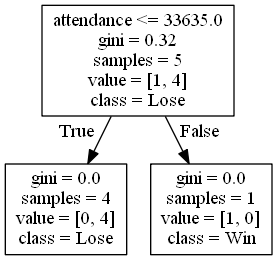
Above: DecisionTrees/Mountain Westdecision_tree_with_score0.png in alexana-steck/CSE482Project (Graphviz), before the change. Its source is kept beside it as DecisionTrees/Mountain Westdecision_tree_with_score0.dot.
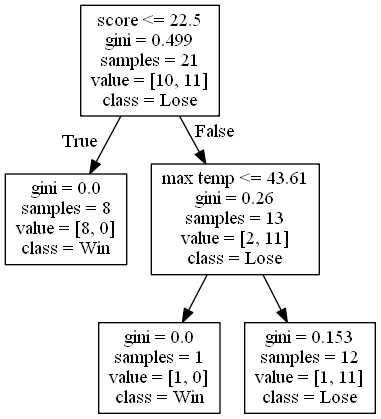
After the change.

Diff of the diagram source:
```diff
@@ -1,8 +1,12 @@
 digraph Tree {
 node [shape=box] ;
-0 [label="attendance <= 33635.0\ngini = 0.32\nsamples = 5\nvalue = [1, 4]\nclass = Lose"] ;
-1 [label="gini = 0.0\nsamples = 4\nvalue = [0, 4]\nclass = Lose"] ;
+0 [label="score <= 22.5\ngini = 0.499\nsamples = 21\nvalue = [10, 11]\nclass = Lose"] ;
+1 [label="gini = 0.0\nsamples = 8\nvalue = [8, 0]\nclass = Win"] ;
 0 -> 1 [labeldistance=2.5, labelangle=45, headlabel="True"] ;
-2 [label="gini = 0.0\nsamples = 1\nvalue = [1, 0]\nclass = Win"] ;
+2 [label="max temp <= 43.61\ngini = 0.26\nsamples = 13\nvalue = [2, 11]\nclass = Lose"] ;
 0 -> 2 [labeldistance=2.5, labelangle=-45, headlabel="False"] ;
+3 [label="gini = 0.0\nsamples = 1\nvalue = [1, 0]\nclass = Win"] ;
+2 -> 3 ;
+4 [label="gini = 0.153\nsamples = 12\nvalue = [1, 11]\nclass = Lose"] ;
+2 -> 4 ;
 }
```
